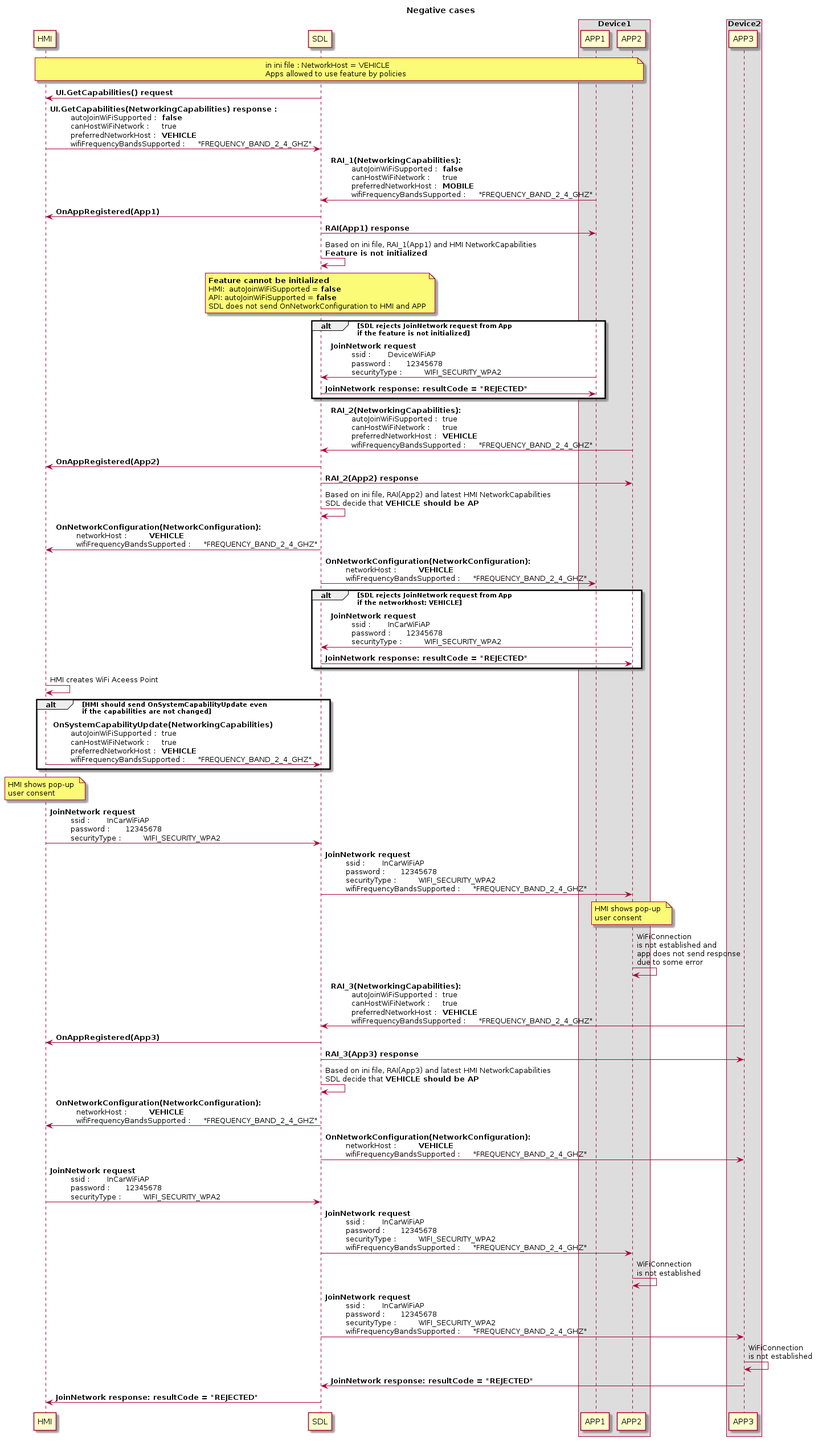
This is assets/proposals/0245-sharing-wifi-ssid-and-password/negative_case.png from smartdevicelink/sdl_evolution, a PlantUML export, as it was before one commit. Source of this version:
```plantuml
@startuml
!pragma teoz true

title Negative cases

participant HMI
participant SDL
box "Device1"
participant APP1
participant APP2
end box
box "Device2"
participant APP3
end box

note over HMI, APP2: in ini file : NetworkHost = VEHICLE \nApps allowed to use feature by policies

SDL -> HMI : <b>UI.GetCapabilities() request
HMI -> SDL : <b>UI.GetCapabilities(NetworkingCapabilities) response : \n\t autoJoinWiFiSupported : \t **false** \n\t canHostWiFiNetwork : \t true \n\t preferredNetworkHost : \t **VEHICLE** \n\t wifiFrequencyBandsSupported : \t "FREQUENCY_BAND_2_4_GHZ"

APP1 -> SDL : <b>RAI_1(NetworkingCapabilities): \n\t autoJoinWiFiSupported : \t **false** \n\t canHostWiFiNetwork : \t true \n\t preferredNetworkHost : \t **MOBILE** \n\t wifiFrequencyBandsSupported : \t "FREQUENCY_BAND_2_4_GHZ"

SDL -> HMI : <b>OnAppRegistered(App1)
SDL -> APP1 : <b>RAI(App1) response


SDL -> SDL : Based on ini file, RAI_1(App1) and HMI NetworkCapabilities\n**Feature is not initialized **

note over SDL: **Feature cannot be initialized**  \nHMI:  autoJoinWiFiSupported = **false**  \nAPI: autoJoinWiFiSupported = **false** \nSDL does not send OnNetworkConfiguration to HMI and APP

alt SDL rejects JoinNetwork request from App \nif the feature is not initialized

APP1 -> SDL: <b>JoinNetwork request\n\t ssid : \t DeviceWiFiAP \n\t password : \t 12345678 \n\t securityType : \t WIFI_SECURITY_WPA2

SDL -> APP1 : <b>JoinNetwork response: resultCode = "REJECTED"

end

APP2 -> SDL : <b>RAI_2(NetworkingCapabilities): \n\t autoJoinWiFiSupported : \t true \n\t canHostWiFiNetwork : \t true \n\t preferredNetworkHost : \t **VEHICLE** \n\t wifiFrequencyBandsSupported : \t "FREQUENCY_BAND_2_4_GHZ"

SDL -> HMI : <b>OnAppRegistered(App2)
SDL -> APP2 : <b>RAI_2(App2) response

SDL -> SDL : Based on ini file, RAI(App2) and latest HMI NetworkCapabilities\nSDL decide that **VEHICLE should be AP**

SDL -> HMI:  <b>OnNetworkConfiguration(NetworkConfiguration): \n\t networkHost : \t **VEHICLE** \n\t wifiFrequencyBandsSupported : \t "FREQUENCY_BAND_2_4_GHZ"

SDL -> APP1:  <b>OnNetworkConfiguration(NetworkConfiguration): \n\t networkHost : \t **VEHICLE** \n\t wifiFrequencyBandsSupported : \t "FREQUENCY_BAND_2_4_GHZ"

alt SDL rejects JoinNetwork request from App \nif the networkhost: VEHICLE


APP2 -> SDL: <b>JoinNetwork request\n\t ssid : \t InCarWiFiAP \n\t password : \t 12345678 \n\t securityType : \t WIFI_SECURITY_WPA2

SDL -> APP2 : <b>JoinNetwork response: resultCode = "REJECTED"

end

HMI -> HMI : HMI creates WiFi Aceess Point

alt HMI should send OnSystemCapabilityUpdate even \nif the capabilities are not changed
HMI -> SDL : <b> OnSystemCapabilityUpdate(NetworkingCapabilities) \n\t autoJoinWiFiSupported : \t true \n\t canHostWiFiNetwork : \t true \n\t preferredNetworkHost : \t **VEHICLE** \n\t wifiFrequencyBandsSupported : \t "FREQUENCY_BAND_2_4_GHZ"
end

note over HMI: HMI shows pop-up \nuser consent

HMI -> SDL: <b>JoinNetwork request\n\t ssid : \t InCarWiFiAP \n\t password : \t 12345678 \n\t securityType : \t WIFI_SECURITY_WPA2

SDL -> APP2: <b>JoinNetwork request\n\t ssid : \t InCarWiFiAP \n\t password : \t 12345678 \n\t securityType : \t WIFI_SECURITY_WPA2 \n\t wifiFrequencyBandsSupported : \t "FREQUENCY_BAND_2_4_GHZ"

note over APP2: HMI shows pop-up \nuser consent

APP2 -> APP2 : WiFiConnection \nis not established and \napp does not send response\ndue to some error


APP3 -> SDL : <b>RAI_3(NetworkingCapabilities): \n\t autoJoinWiFiSupported : \t true \n\t canHostWiFiNetwork : \t true \n\t preferredNetworkHost : \t **VEHICLE** \n\t wifiFrequencyBandsSupported : \t "FREQUENCY_BAND_2_4_GHZ"

SDL -> HMI : <b>OnAppRegistered(App3)
SDL -> APP3 : <b>RAI_3(App3) response


SDL -> SDL : Based on ini file, RAI(App3) and latest HMI NetworkCapabilities\nSDL decide that **VEHICLE should be AP**



SDL -> HMI:  <b>OnNetworkConfiguration(NetworkConfiguration): \n\t networkHost : \t **VEHICLE** \n\t wifiFrequencyBandsSupported : \t "FREQUENCY_BAND_2_4_GHZ"

SDL -> APP3:  <b>OnNetworkConfiguration(NetworkConfiguration): \n\t networkHost : \t **VEHICLE** \n\t wifiFrequencyBandsSupported : \t "FREQUENCY_BAND_2_4_GHZ"


HMI -> SDL: <b>JoinNetwork request\n\t ssid : \t InCarWiFiAP \n\t password : \t 12345678 \n\t securityType : \t WIFI_SECURITY_WPA2

SDL -> APP2: <b>JoinNetwork request\n\t ssid : \t InCarWiFiAP \n\t password : \t 12345678 \n\t securityType : \t WIFI_SECURITY_WPA2 \n\t wifiFrequencyBandsSupported : \t "FREQUENCY_BAND_2_4_GHZ"

APP2 -> APP2 : WiFiConnection \nis not established

SDL -> APP3: <b>JoinNetwork request\n\t ssid : \t InCarWiFiAP \n\t password : \t 12345678 \n\t securityType : \t WIFI_SECURITY_WPA2 \n\t wifiFrequencyBandsSupported : \t "FREQUENCY_BAND_2_4_GHZ"

APP3 -> APP3 : WiFiConnection \nis not established

APP3 -> SDL: <b>JoinNetwork response: resultCode = "REJECTED"
SDL -> HMI: <b>JoinNetwork response: resultCode = "REJECTED"

@enduml
```
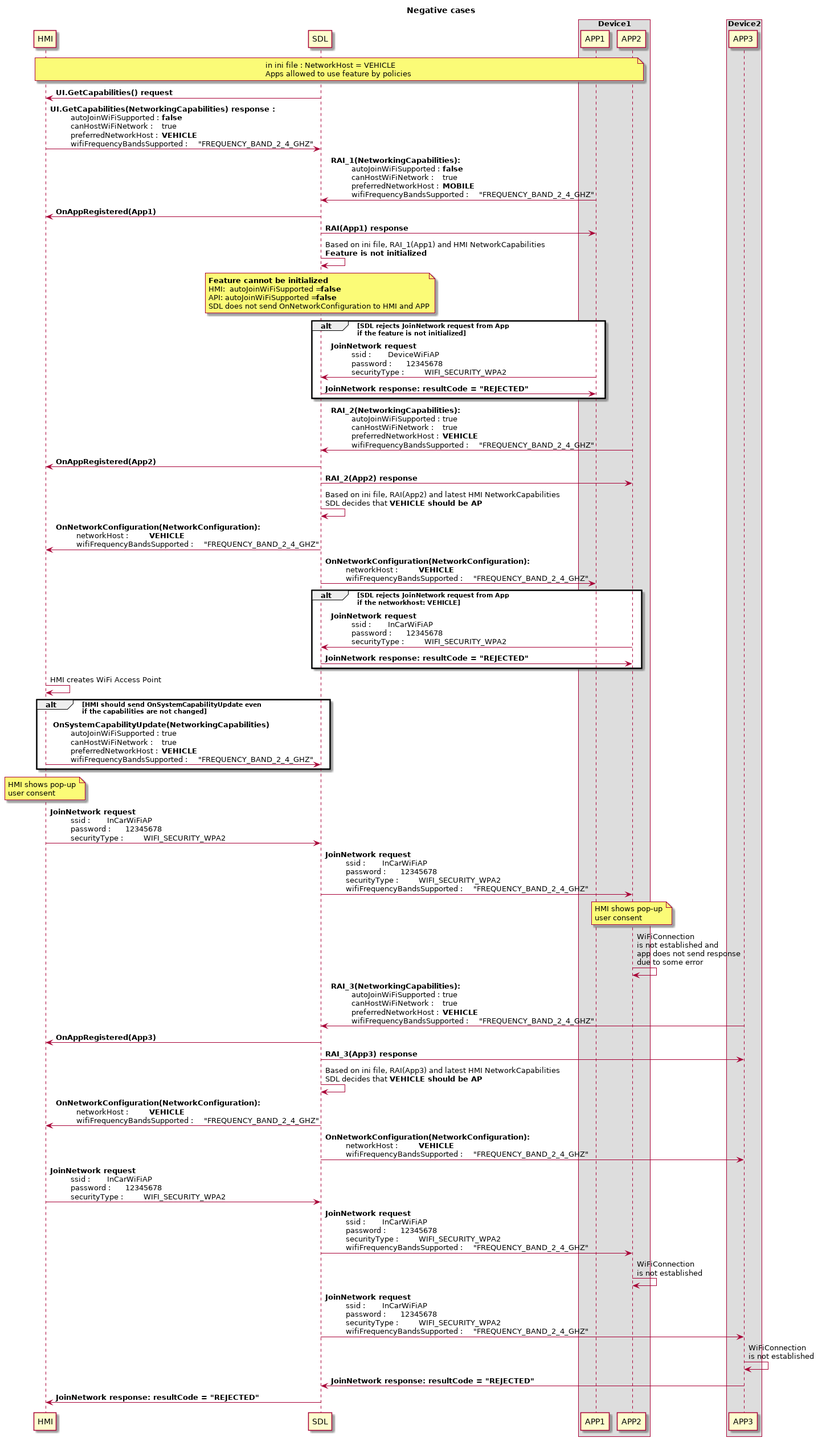
After the change.

What changed in the source:
```diff
@@ -41,7 +41,7 @@
 SDL -> HMI : <b>OnAppRegistered(App2)
 SDL -> APP2 : <b>RAI_2(App2) response
 
-SDL -> SDL : Based on ini file, RAI(App2) and latest HMI NetworkCapabilities\nSDL decide that **VEHICLE should be AP**
+SDL -> SDL : Based on ini file, RAI(App2) and latest HMI NetworkCapabilities\nSDL decides that **VEHICLE should be AP**
 
 SDL -> HMI:  <b>OnNetworkConfiguration(NetworkConfiguration): \n\t networkHost : \t **VEHICLE** \n\t wifiFrequencyBandsSupported : \t "FREQUENCY_BAND_2_4_GHZ"
 
@@ -56,7 +56,7 @@
 
 end
 
-HMI -> HMI : HMI creates WiFi Aceess Point
+HMI -> HMI : HMI creates WiFi Access Point
 
 alt HMI should send OnSystemCapabilityUpdate even \nif the capabilities are not changed
 HMI -> SDL : <b> OnSystemCapabilityUpdate(NetworkingCapabilities) \n\t autoJoinWiFiSupported : \t true \n\t canHostWiFiNetwork : \t true \n\t preferredNetworkHost : \t **VEHICLE** \n\t wifiFrequencyBandsSupported : \t "FREQUENCY_BAND_2_4_GHZ"
@@ -79,7 +79,7 @@
 SDL -> APP3 : <b>RAI_3(App3) response
 
 
-SDL -> SDL : Based on ini file, RAI(App3) and latest HMI NetworkCapabilities\nSDL decide that **VEHICLE should be AP**
+SDL -> SDL : Based on ini file, RAI(App3) and latest HMI NetworkCapabilities\nSDL decides that **VEHICLE should be AP**
 
 
 
```
